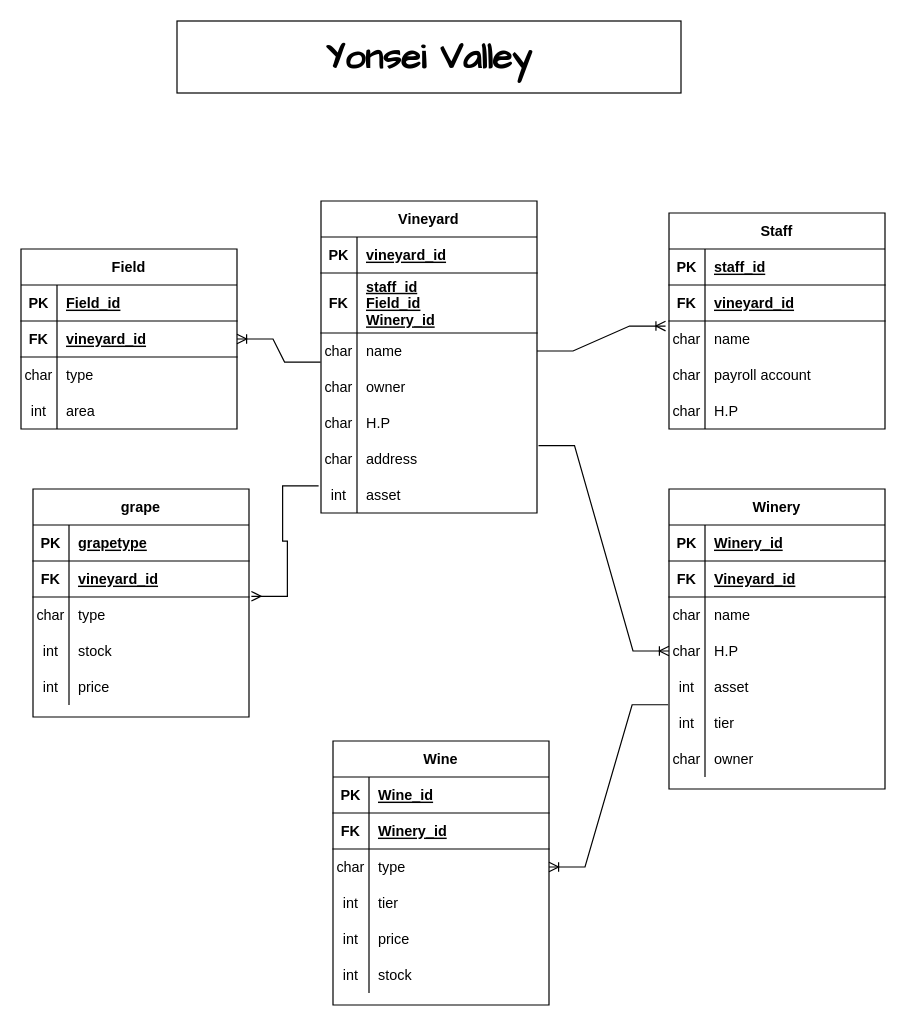
Earlier version of the draw.io diagram yonseivally.drawio (Nongju-3000/Yonsei-Valley). Source tidied: cells renumbered, new cells numbered last; positions are measured from the earlier drawing's top-left corner, leaving out a move shared by most shapes. Both pictures are drawn from the tidied source at 120%, with x=0, y=0 at pixel (20, 20).
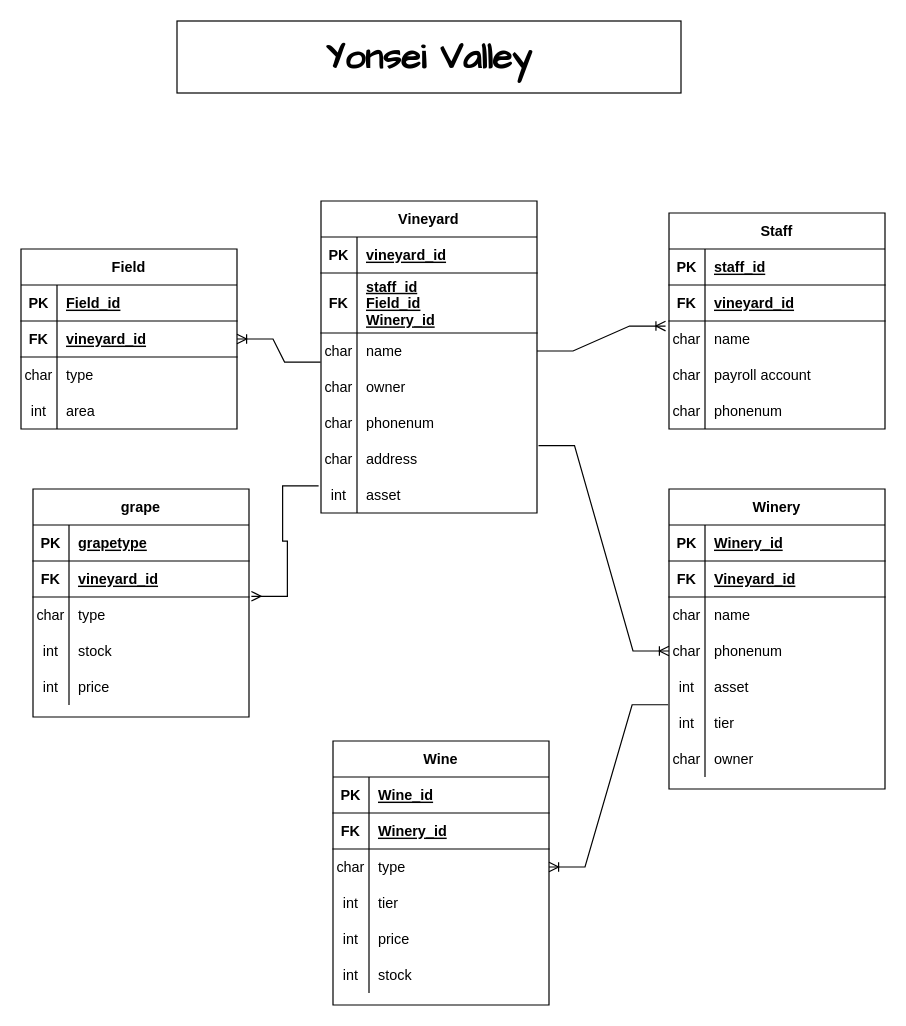
The same diagram, later.

The change refers to these unchanged cells:
```xml
<mxCell id="15" style="shape=partialRectangle;fillColor=none;top=0;left=0;bottom=0;right=0;" parent="2" vertex="1">
  <mxGeometry y="170" width="180" height="30" as="geometry" />
</mxCell>
<mxCell id="37" style="shape=partialRectangle;fillColor=none;top=0;left=0;bottom=0;right=0;" parent="24" vertex="1">
  <mxGeometry y="150" width="180" height="30" as="geometry" />
</mxCell>
<mxCell id="82" style="shape=partialRectangle;fillColor=none;top=0;left=0;bottom=0;right=0;points=[[0,0.5],[1,0.5]];portConstraint=eastwest;" parent="72" vertex="1">
  <mxGeometry y="120" width="180" height="30" as="geometry" />
</mxCell>
```

Diff of the diagram source:
```diff
@@
-    <mxCell id="17" value="H.P" style="shape=partialRectangle;fillColor=none;top=0;left=0;bottom=0;right=0;align=left;spacingLeft=6;overflow=hidden;" parent="15" vertex="1">
+    <mxCell id="17" value="phonenum" style="shape=partialRectangle;fillColor=none;top=0;left=0;bottom=0;right=0;align=left;spacingLeft=6;overflow=hidden;" parent="15" vertex="1">
       <mxGeometry x="30" width="150" height="30" as="geometry" />
     </mxCell>
@@
-    <mxCell id="39" value="H.P" style="shape=partialRectangle;fillColor=none;top=0;left=0;bottom=0;right=0;align=left;spacingLeft=6;overflow=hidden;" parent="37" vertex="1">
+    <mxCell id="39" value="phonenum" style="shape=partialRectangle;fillColor=none;top=0;left=0;bottom=0;right=0;align=left;spacingLeft=6;overflow=hidden;" parent="37" vertex="1">
       <mxGeometry x="30" width="150" height="30" as="geometry" />
     </mxCell>
@@
-    <mxCell id="84" value="H.P" style="shape=partialRectangle;fillColor=none;top=0;left=0;bottom=0;right=0;align=left;spacingLeft=6;overflow=hidden;" parent="82" vertex="1">
+    <mxCell id="84" value="phonenum" style="shape=partialRectangle;fillColor=none;top=0;left=0;bottom=0;right=0;align=left;spacingLeft=6;overflow=hidden;" parent="82" vertex="1">
       <mxGeometry x="30" width="150" height="30" as="geometry" />
     </mxCell>
```
